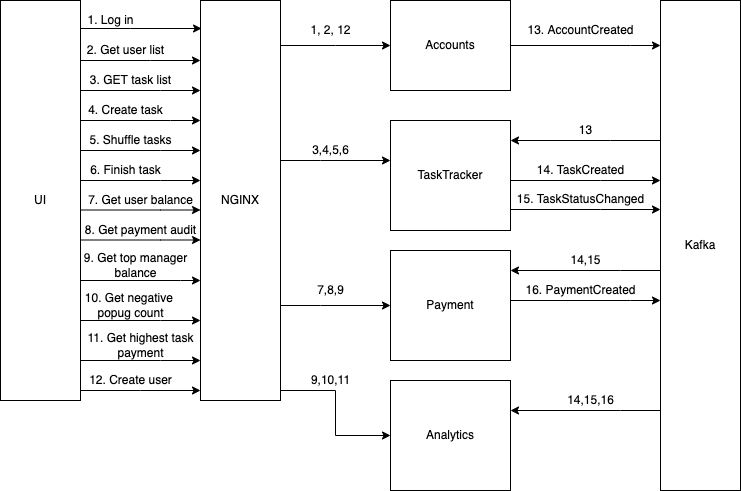
Earlier version of the draw.io export docs/diagrams/structure-diagram-v1.drawio.png (RBizonDota/CourseMicroservices). Source tidied: cells renumbered, new cells last; positions are measured from the earlier drawing's top-left corner, leaving out a move shared by most shapes. Source of this version:
```xml
<mxGraphModel>
  <root>
    <mxCell id="0" />
    <mxCell id="1" parent="0" />
    <mxCell id="2" style="edgeStyle=orthogonalEdgeStyle;rounded=0;jettySize=auto;html=1;entryX=0.013;entryY=0.07;entryDx=0;entryDy=0;entryPerimeter=0;" parent="1" edge="1" source="3" target="8">
      <mxGeometry relative="1" as="geometry">
        <Array as="points">
          <mxPoint x="130" y="28" />
          <mxPoint x="130" y="28" />
        </Array>
      </mxGeometry>
    </mxCell>
    <mxCell id="3" value="UI" style="rounded=0;whiteSpace=wrap;html=1;" parent="1" vertex="1">
      <mxGeometry width="80" height="400" as="geometry" />
    </mxCell>
    <mxCell id="4" style="edgeStyle=orthogonalEdgeStyle;rounded=0;jettySize=auto;html=1;entryX=0;entryY=0.5;entryDx=0;entryDy=0;" parent="1" edge="1" source="8" target="31">
      <mxGeometry relative="1" as="geometry">
        <Array as="points">
          <mxPoint x="335" y="45" />
          <mxPoint x="335" y="45" />
        </Array>
      </mxGeometry>
    </mxCell>
    <mxCell id="5" style="edgeStyle=orthogonalEdgeStyle;rounded=0;jettySize=auto;html=1;" parent="1" edge="1" source="8" target="41">
      <mxGeometry relative="1" as="geometry">
        <Array as="points">
          <mxPoint x="320" y="160" />
          <mxPoint x="320" y="160" />
        </Array>
      </mxGeometry>
    </mxCell>
    <mxCell id="6" style="edgeStyle=orthogonalEdgeStyle;rounded=0;jettySize=auto;html=1;" parent="1" edge="1" source="8" target="48">
      <mxGeometry relative="1" as="geometry">
        <Array as="points">
          <mxPoint x="320" y="305" />
          <mxPoint x="320" y="305" />
        </Array>
      </mxGeometry>
    </mxCell>
    <mxCell id="7" style="edgeStyle=orthogonalEdgeStyle;rounded=0;jettySize=auto;html=1;" parent="1" edge="1" source="8" target="52">
      <mxGeometry relative="1" as="geometry">
        <Array as="points">
          <mxPoint x="335" y="390" />
          <mxPoint x="335" y="435" />
        </Array>
      </mxGeometry>
    </mxCell>
    <mxCell id="8" value="NGINX" style="rounded=0;whiteSpace=wrap;html=1;" parent="1" vertex="1">
      <mxGeometry x="200" width="80" height="400" as="geometry" />
    </mxCell>
    <mxCell id="9" value="1. Log in" style="text;html=1;align=center;verticalAlign=middle;strokeColor=none;fillColor=none;" parent="1" vertex="1">
      <mxGeometry x="80" y="10" width="60" height="20" as="geometry" />
    </mxCell>
    <mxCell id="10" style="edgeStyle=orthogonalEdgeStyle;rounded=0;orthogonalLoop=1;jettySize=auto;html=1;" parent="1" edge="1">
      <mxGeometry relative="1" as="geometry">
        <mxPoint x="80" y="90" as="sourcePoint" />
        <mxPoint x="200" y="90" as="targetPoint" />
        <Array as="points">
          <mxPoint x="160" y="90" />
          <mxPoint x="160" y="90" />
        </Array>
      </mxGeometry>
    </mxCell>
    <mxCell id="11" value="3. GET task list" style="text;html=1;align=center;verticalAlign=middle;strokeColor=none;fillColor=none;" parent="1" vertex="1">
      <mxGeometry x="80" y="70" width="100" height="20" as="geometry" />
    </mxCell>
    <mxCell id="12" style="edgeStyle=orthogonalEdgeStyle;rounded=0;orthogonalLoop=1;jettySize=auto;html=1;" parent="1" edge="1">
      <mxGeometry relative="1" as="geometry">
        <mxPoint x="80" y="120" as="sourcePoint" />
        <mxPoint x="200" y="120" as="targetPoint" />
        <Array as="points">
          <mxPoint x="170" y="120" />
          <mxPoint x="170" y="120" />
        </Array>
      </mxGeometry>
    </mxCell>
    <mxCell id="13" value="4. Create task" style="text;html=1;align=center;verticalAlign=middle;strokeColor=none;fillColor=none;" parent="1" vertex="1">
      <mxGeometry x="80" y="100" width="90" height="20" as="geometry" />
    </mxCell>
    <mxCell id="14" style="edgeStyle=orthogonalEdgeStyle;rounded=0;jettySize=auto;html=1;" parent="1" edge="1" source="3" target="8">
      <mxGeometry relative="1" as="geometry">
        <Array as="points">
          <mxPoint x="150" y="60" />
          <mxPoint x="150" y="60" />
        </Array>
      </mxGeometry>
    </mxCell>
    <mxCell id="15" value="2. Get user list" style="text;html=1;align=center;verticalAlign=middle;strokeColor=none;fillColor=none;" parent="1" vertex="1">
      <mxGeometry x="80" y="40" width="90" height="20" as="geometry" />
    </mxCell>
    <mxCell id="16" style="edgeStyle=orthogonalEdgeStyle;rounded=0;jettySize=auto;html=1;" parent="1" edge="1" source="3" target="8">
      <mxGeometry relative="1" as="geometry">
        <Array as="points">
          <mxPoint x="160" y="150" />
          <mxPoint x="160" y="150" />
        </Array>
      </mxGeometry>
    </mxCell>
    <mxCell id="17" value="5. Shuffle tasks" style="text;html=1;align=center;verticalAlign=middle;strokeColor=none;fillColor=none;" parent="1" vertex="1">
      <mxGeometry x="80" y="130" width="100" height="20" as="geometry" />
    </mxCell>
    <mxCell id="18" style="edgeStyle=orthogonalEdgeStyle;rounded=0;orthogonalLoop=1;jettySize=auto;html=1;" parent="1" edge="1">
      <mxGeometry relative="1" as="geometry">
        <mxPoint x="80" y="180" as="sourcePoint" />
        <mxPoint x="200" y="180" as="targetPoint" />
        <Array as="points">
          <mxPoint x="160" y="180" />
          <mxPoint x="160" y="180" />
        </Array>
      </mxGeometry>
    </mxCell>
    <mxCell id="19" value="6. Finish task" style="text;html=1;align=center;verticalAlign=middle;strokeColor=none;fillColor=none;" parent="1" vertex="1">
      <mxGeometry x="80" y="160" width="90" height="20" as="geometry" />
    </mxCell>
    <mxCell id="20" style="edgeStyle=orthogonalEdgeStyle;rounded=0;orthogonalLoop=1;jettySize=auto;html=1;" parent="1" edge="1">
      <mxGeometry relative="1" as="geometry">
        <mxPoint x="80" y="209.5" as="sourcePoint" />
        <mxPoint x="200" y="209.5" as="targetPoint" />
        <Array as="points">
          <mxPoint x="160" y="209.5" />
          <mxPoint x="160" y="209.5" />
        </Array>
      </mxGeometry>
    </mxCell>
    <mxCell id="21" value="7. Get user balance" style="text;html=1;align=center;verticalAlign=middle;strokeColor=none;fillColor=none;" parent="1" vertex="1">
      <mxGeometry x="80" y="190" width="120" height="20" as="geometry" />
    </mxCell>
    <mxCell id="22" style="edgeStyle=orthogonalEdgeStyle;rounded=0;orthogonalLoop=1;jettySize=auto;html=1;" parent="1" edge="1">
      <mxGeometry relative="1" as="geometry">
        <mxPoint x="80" y="239.5" as="sourcePoint" />
        <mxPoint x="200" y="239.5" as="targetPoint" />
        <Array as="points">
          <mxPoint x="160" y="239.5" />
          <mxPoint x="160" y="239.5" />
        </Array>
      </mxGeometry>
    </mxCell>
    <mxCell id="23" value="8. Get payment audit" style="text;html=1;align=center;verticalAlign=middle;strokeColor=none;fillColor=none;" parent="1" vertex="1">
      <mxGeometry x="75" y="220" width="130" height="20" as="geometry" />
    </mxCell>
    <mxCell id="24" style="edgeStyle=orthogonalEdgeStyle;rounded=0;orthogonalLoop=1;jettySize=auto;html=1;" parent="1" edge="1">
      <mxGeometry relative="1" as="geometry">
        <mxPoint x="80" y="280" as="sourcePoint" />
        <mxPoint x="200" y="280" as="targetPoint" />
        <Array as="points">
          <mxPoint x="180" y="280.5" />
          <mxPoint x="180" y="280.5" />
        </Array>
      </mxGeometry>
    </mxCell>
    <mxCell id="25" value="9. Get top manager&lt;br&gt;balance" style="text;html=1;align=center;verticalAlign=middle;strokeColor=none;fillColor=none;" parent="1" vertex="1">
      <mxGeometry x="75" y="250" width="120" height="30" as="geometry" />
    </mxCell>
    <mxCell id="26" value="10. Get negative &lt;br&gt;popug count" style="text;html=1;align=center;verticalAlign=middle;strokeColor=none;fillColor=none;" parent="1" vertex="1">
      <mxGeometry x="80" y="290" width="100" height="30" as="geometry" />
    </mxCell>
    <mxCell id="27" style="edgeStyle=orthogonalEdgeStyle;rounded=0;jettySize=auto;html=1;" parent="1" edge="1" source="3" target="8">
      <mxGeometry relative="1" as="geometry">
        <Array as="points">
          <mxPoint x="160" y="320" />
          <mxPoint x="160" y="320" />
        </Array>
      </mxGeometry>
    </mxCell>
    <mxCell id="28" value="11. Get highest task&lt;br&gt;payment" style="text;html=1;align=center;verticalAlign=middle;strokeColor=none;fillColor=none;" parent="1" vertex="1">
      <mxGeometry x="80" y="330" width="120" height="30" as="geometry" />
    </mxCell>
    <mxCell id="29" style="edgeStyle=orthogonalEdgeStyle;rounded=0;orthogonalLoop=1;jettySize=auto;html=1;" parent="1" edge="1">
      <mxGeometry relative="1" as="geometry">
        <mxPoint x="80" y="360" as="sourcePoint" />
        <mxPoint x="200" y="360" as="targetPoint" />
        <Array as="points">
          <mxPoint x="160" y="360" />
          <mxPoint x="160" y="360" />
        </Array>
      </mxGeometry>
    </mxCell>
    <mxCell id="30" style="edgeStyle=orthogonalEdgeStyle;rounded=0;jettySize=auto;html=1;exitX=1;exitY=0.5;exitDx=0;exitDy=0;" parent="1" edge="1" source="31" target="38">
      <mxGeometry relative="1" as="geometry">
        <Array as="points">
          <mxPoint x="630" y="45" />
          <mxPoint x="630" y="45" />
        </Array>
      </mxGeometry>
    </mxCell>
    <mxCell id="31" value="Accounts" style="rounded=0;whiteSpace=wrap;html=1;" parent="1" vertex="1">
      <mxGeometry x="390" width="120" height="90" as="geometry" />
    </mxCell>
    <mxCell id="32" value="1, 2, 12" style="text;html=1;align=center;verticalAlign=middle;strokeColor=none;fillColor=none;" parent="1" vertex="1">
      <mxGeometry x="300" y="20" width="60" height="20" as="geometry" />
    </mxCell>
    <mxCell id="33" style="edgeStyle=orthogonalEdgeStyle;rounded=0;jettySize=auto;html=1;" parent="1" edge="1" source="3" target="8">
      <mxGeometry relative="1" as="geometry">
        <Array as="points">
          <mxPoint x="140" y="390" />
          <mxPoint x="140" y="390" />
        </Array>
      </mxGeometry>
    </mxCell>
    <mxCell id="34" value="12. Create user" style="text;html=1;align=center;verticalAlign=middle;strokeColor=none;fillColor=none;" parent="1" vertex="1">
      <mxGeometry x="80" y="370" width="100" height="20" as="geometry" />
    </mxCell>
    <mxCell id="35" style="edgeStyle=orthogonalEdgeStyle;rounded=0;jettySize=auto;html=1;" parent="1" edge="1" source="38" target="41">
      <mxGeometry relative="1" as="geometry">
        <Array as="points">
          <mxPoint x="610" y="140" />
          <mxPoint x="610" y="140" />
        </Array>
      </mxGeometry>
    </mxCell>
    <mxCell id="36" style="edgeStyle=orthogonalEdgeStyle;rounded=0;jettySize=auto;html=1;" parent="1" edge="1" source="38" target="48">
      <mxGeometry relative="1" as="geometry">
        <Array as="points">
          <mxPoint x="620" y="270" />
          <mxPoint x="620" y="270" />
        </Array>
      </mxGeometry>
    </mxCell>
    <mxCell id="37" style="edgeStyle=orthogonalEdgeStyle;rounded=0;jettySize=auto;html=1;" parent="1" edge="1" source="38" target="52">
      <mxGeometry relative="1" as="geometry">
        <Array as="points">
          <mxPoint x="620" y="410" />
          <mxPoint x="620" y="410" />
        </Array>
      </mxGeometry>
    </mxCell>
    <mxCell id="38" value="Kafka" style="rounded=0;whiteSpace=wrap;html=1;" parent="1" vertex="1">
      <mxGeometry x="660" width="80" height="490" as="geometry" />
    </mxCell>
    <mxCell id="39" value="13. AccountCreated" style="text;html=1;align=center;verticalAlign=middle;strokeColor=none;fillColor=none;" parent="1" vertex="1">
      <mxGeometry x="520" y="20" width="120" height="20" as="geometry" />
    </mxCell>
    <mxCell id="40" style="edgeStyle=orthogonalEdgeStyle;rounded=0;jettySize=auto;html=1;" parent="1" edge="1" source="41" target="38">
      <mxGeometry relative="1" as="geometry">
        <Array as="points">
          <mxPoint x="600" y="180" />
          <mxPoint x="600" y="180" />
        </Array>
      </mxGeometry>
    </mxCell>
    <mxCell id="41" value="TaskTracker" style="whiteSpace=wrap;html=1;rounded=0;" parent="1" vertex="1">
      <mxGeometry x="390" y="120" width="120" height="110" as="geometry" />
    </mxCell>
    <mxCell id="42" value="3,4,5,6" style="text;html=1;align=center;verticalAlign=middle;strokeColor=none;fillColor=none;" parent="1" vertex="1">
      <mxGeometry x="305" y="140" width="50" height="20" as="geometry" />
    </mxCell>
    <mxCell id="43" value="13" style="text;html=1;align=center;verticalAlign=middle;strokeColor=none;fillColor=none;" parent="1" vertex="1">
      <mxGeometry x="570" y="120" width="30" height="20" as="geometry" />
    </mxCell>
    <mxCell id="44" value="14. TaskCreated" style="text;html=1;align=center;verticalAlign=middle;strokeColor=none;fillColor=none;" parent="1" vertex="1">
      <mxGeometry x="530" y="160" width="100" height="20" as="geometry" />
    </mxCell>
    <mxCell id="45" style="edgeStyle=orthogonalEdgeStyle;rounded=0;orthogonalLoop=1;jettySize=auto;html=1;" parent="1" edge="1">
      <mxGeometry relative="1" as="geometry">
        <mxPoint x="510" y="209" as="sourcePoint" />
        <mxPoint x="660" y="209" as="targetPoint" />
        <Array as="points">
          <mxPoint x="600" y="209" />
          <mxPoint x="600" y="209" />
        </Array>
      </mxGeometry>
    </mxCell>
    <mxCell id="46" value="15. TaskStatusChanged" style="text;html=1;align=center;verticalAlign=middle;strokeColor=none;fillColor=none;" parent="1" vertex="1">
      <mxGeometry x="510" y="189" width="140" height="20" as="geometry" />
    </mxCell>
    <mxCell id="47" style="edgeStyle=orthogonalEdgeStyle;rounded=0;jettySize=auto;html=1;" parent="1" edge="1" source="48" target="38">
      <mxGeometry relative="1" as="geometry">
        <Array as="points">
          <mxPoint x="630" y="300" />
          <mxPoint x="630" y="300" />
        </Array>
      </mxGeometry>
    </mxCell>
    <mxCell id="48" value="Payment" style="whiteSpace=wrap;html=1;rounded=0;" parent="1" vertex="1">
      <mxGeometry x="390" y="250" width="120" height="110" as="geometry" />
    </mxCell>
    <mxCell id="49" value="7,8,9" style="text;html=1;align=center;verticalAlign=middle;strokeColor=none;fillColor=none;" parent="1" vertex="1">
      <mxGeometry x="310" y="280" width="40" height="20" as="geometry" />
    </mxCell>
    <mxCell id="50" value="14,15" style="text;html=1;align=center;verticalAlign=middle;strokeColor=none;fillColor=none;" parent="1" vertex="1">
      <mxGeometry x="560" y="250" width="50" height="20" as="geometry" />
    </mxCell>
    <mxCell id="51" value="16. PaymentCreated" style="text;html=1;align=center;verticalAlign=middle;strokeColor=none;fillColor=none;" parent="1" vertex="1">
      <mxGeometry x="515" y="280" width="130" height="20" as="geometry" />
    </mxCell>
    <mxCell id="52" value="Analytics" style="whiteSpace=wrap;html=1;rounded=0;" parent="1" vertex="1">
      <mxGeometry x="390" y="380" width="120" height="110" as="geometry" />
    </mxCell>
    <mxCell id="53" value="9,10,11" style="text;html=1;align=center;verticalAlign=middle;strokeColor=none;fillColor=none;" parent="1" vertex="1">
      <mxGeometry x="305" y="370" width="50" height="20" as="geometry" />
    </mxCell>
    <mxCell id="54" value="14,15,16" style="text;html=1;align=center;verticalAlign=middle;strokeColor=none;fillColor=none;" parent="1" vertex="1">
      <mxGeometry x="560" y="390" width="60" height="20" as="geometry" />
    </mxCell>
  </root>
</mxGraphModel>
```
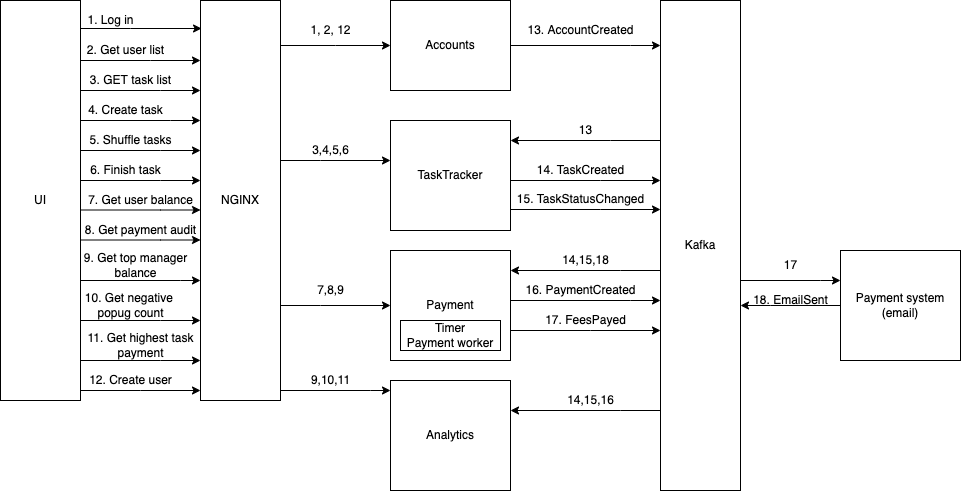
The same diagram one commit later.

What changed in the source:
```diff
@@ -40,8 +40,8 @@
     <mxCell id="7" style="edgeStyle=orthogonalEdgeStyle;rounded=0;jettySize=auto;html=1;" parent="1" edge="1" source="8" target="52">
       <mxGeometry relative="1" as="geometry">
         <Array as="points">
-          <mxPoint x="335" y="390" />
-          <mxPoint x="335" y="435" />
+          <mxPoint x="370" y="390" />
+          <mxPoint x="370" y="390" />
         </Array>
       </mxGeometry>
     </mxCell>
@@ -224,6 +224,14 @@
         </Array>
       </mxGeometry>
     </mxCell>
+    <mxCell id="55" style="edgeStyle=orthogonalEdgeStyle;rounded=0;jettySize=auto;html=1;" parent="1" edge="1" source="38" target="60">
+      <mxGeometry relative="1" as="geometry">
+        <Array as="points">
+          <mxPoint x="820" y="280" />
+          <mxPoint x="820" y="280" />
+        </Array>
+      </mxGeometry>
+    </mxCell>
     <mxCell id="38" value="Kafka" style="rounded=0;whiteSpace=wrap;html=1;" parent="1" vertex="1">
       <mxGeometry x="660" width="80" height="490" as="geometry" />
     </mxCell>
@@ -277,8 +285,8 @@
     <mxCell id="49" value="7,8,9" style="text;html=1;align=center;verticalAlign=middle;strokeColor=none;fillColor=none;" parent="1" vertex="1">
       <mxGeometry x="310" y="280" width="40" height="20" as="geometry" />
     </mxCell>
-    <mxCell id="50" value="14,15" style="text;html=1;align=center;verticalAlign=middle;strokeColor=none;fillColor=none;" parent="1" vertex="1">
-      <mxGeometry x="560" y="250" width="50" height="20" as="geometry" />
+    <mxCell id="50" value="14,15,18" style="text;html=1;align=center;verticalAlign=middle;strokeColor=none;fillColor=none;" parent="1" vertex="1">
+      <mxGeometry x="555" y="250" width="60" height="20" as="geometry" />
     </mxCell>
     <mxCell id="51" value="16. PaymentCreated" style="text;html=1;align=center;verticalAlign=middle;strokeColor=none;fillColor=none;" parent="1" vertex="1">
       <mxGeometry x="515" y="280" width="130" height="20" as="geometry" />
@@ -292,5 +300,36 @@
     <mxCell id="54" value="14,15,16" style="text;html=1;align=center;verticalAlign=middle;strokeColor=none;fillColor=none;" parent="1" vertex="1">
       <mxGeometry x="560" y="390" width="60" height="20" as="geometry" />
     </mxCell>
+    <mxCell id="56" style="edgeStyle=orthogonalEdgeStyle;rounded=0;jettySize=auto;html=1;" parent="1" edge="1" source="48" target="38">
+      <mxGeometry relative="1" as="geometry">
+        <Array as="points">
+          <mxPoint x="590" y="330" />
+          <mxPoint x="590" y="330" />
+        </Array>
+      </mxGeometry>
+    </mxCell>
+    <mxCell id="57" value="Timer&lt;br&gt;Payment worker" style="rounded=0;whiteSpace=wrap;html=1;" parent="1" vertex="1">
+      <mxGeometry x="400" y="320" width="100" height="30" as="geometry" />
+    </mxCell>
+    <mxCell id="58" value="17. FeesPayed" style="text;html=1;align=center;verticalAlign=middle;strokeColor=none;fillColor=none;" parent="1" vertex="1">
+      <mxGeometry x="535" y="310" width="100" height="20" as="geometry" />
+    </mxCell>
+    <mxCell id="59" style="edgeStyle=orthogonalEdgeStyle;rounded=0;jettySize=auto;html=1;" parent="1" edge="1" source="60" target="38">
+      <mxGeometry relative="1" as="geometry">
+        <Array as="points">
+          <mxPoint x="770" y="305" />
+          <mxPoint x="770" y="305" />
+        </Array>
+      </mxGeometry>
+    </mxCell>
+    <mxCell id="60" value="Payment system (email)" style="rounded=0;whiteSpace=wrap;html=1;" parent="1" vertex="1">
+      <mxGeometry x="840" y="250" width="120" height="110" as="geometry" />
+    </mxCell>
+    <mxCell id="61" value="17" style="text;html=1;align=center;verticalAlign=middle;strokeColor=none;fillColor=none;" parent="1" vertex="1">
+      <mxGeometry x="775" y="255" width="30" height="20" as="geometry" />
+    </mxCell>
+    <mxCell id="62" value="18. EmailSent" style="text;html=1;align=center;verticalAlign=middle;strokeColor=none;fillColor=none;" parent="1" vertex="1">
+      <mxGeometry x="745" y="290" width="90" height="20" as="geometry" />
+    </mxCell>
   </root>
 </mxGraphModel>
```
